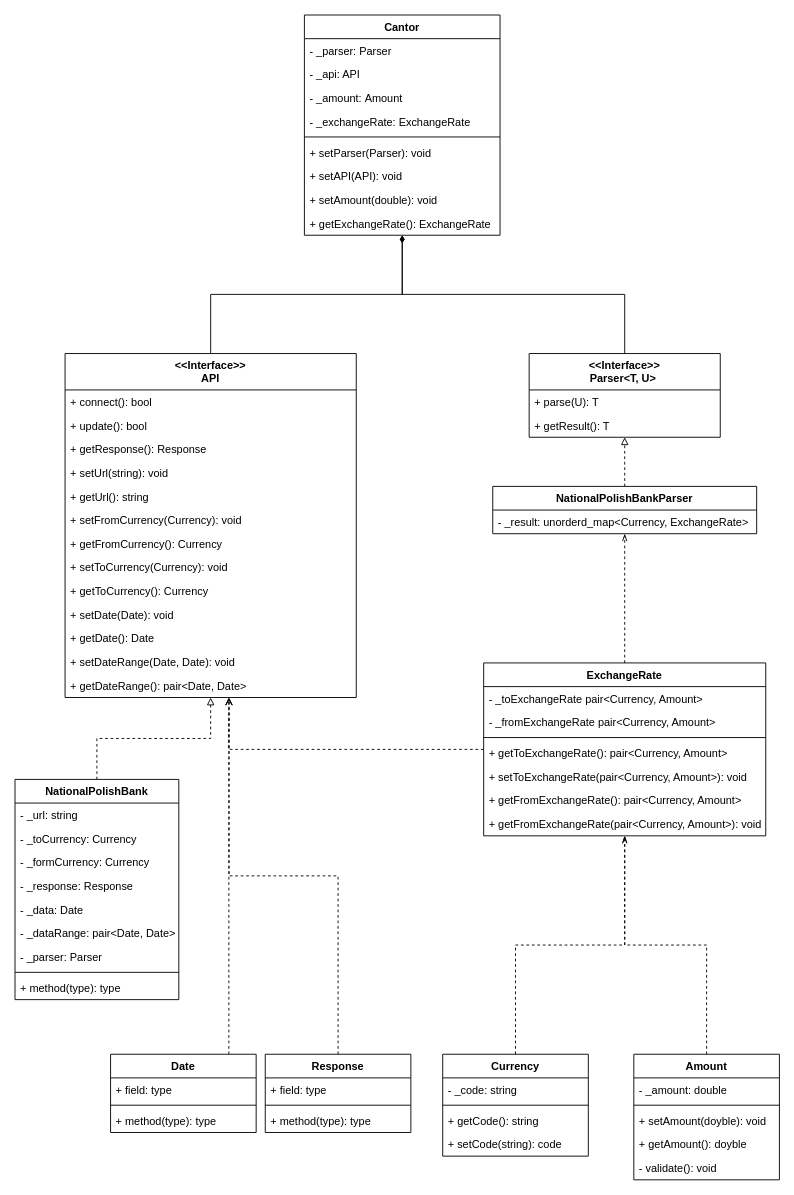
MateuszMiekicki/change_currencies keeps this draw.io diagram as UML_diagram.drawio. Above is the earlier version. Source tidied: cells renumbered, new cells numbered last; positions are measured from the earlier drawing's top-left corner, leaving out a move shared by most shapes. Both pictures are drawn from the tidied source at 91%, with x=0, y=0 at pixel (15, 15).
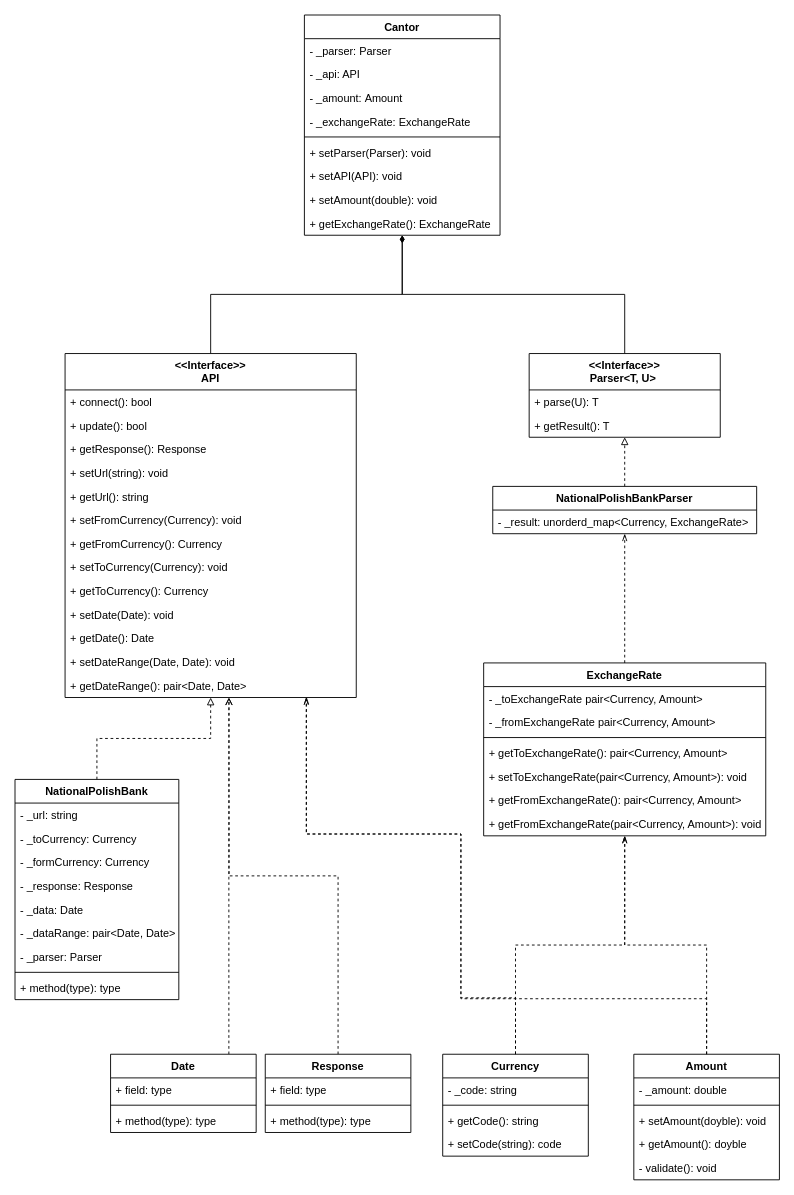
The same diagram, later.

The change refers to these unchanged cells:
```xml
<mxCell id="16" value="+ getDateRange(): pair&lt;Date, Date&gt;" style="text;strokeColor=none;fillColor=none;align=left;verticalAlign=top;spacingLeft=4;spacingRight=4;overflow=hidden;points=[[0,0.5],[1,0.5]];portConstraint=eastwest;" parent="3" vertex="1">
  <mxGeometry y="352" width="320" height="26" as="geometry" />
</mxCell>
<mxCell id="29" value="Currency" style="swimlane;fontStyle=1;align=center;verticalAlign=top;horizontal=1;startSize=26;" parent="1" vertex="1">
  <mxGeometry x="470" y="1142" width="160" height="112" as="geometry" />
</mxCell>
<mxCell id="53" value="ExchangeRate" style="swimlane;fontStyle=1;align=center;verticalAlign=top;horizontal=1;startSize=26;" parent="1" vertex="1">
  <mxGeometry x="515" y="712" width="310" height="190" as="geometry" />
</mxCell>
<mxCell id="62" value="Amount" style="swimlane;fontStyle=1;align=center;verticalAlign=top;horizontal=1;startSize=26;" parent="1" vertex="1">
  <mxGeometry x="680" y="1142" width="160" height="138" as="geometry" />
</mxCell>
```

What changed in the source:
```diff
@@
-    <mxCell id="52" style="edgeStyle=orthogonalEdgeStyle;rounded=0;jettySize=auto;html=1;endArrow=open;endFill=0;dashed=1;entryX=0.563;entryY=1.017;entryDx=0;entryDy=0;entryPerimeter=0;" parent="1" edge="1" source="53" target="16">
-      <mxGeometry relative="1" as="geometry">
-        <Array as="points">
-          <mxPoint x="235" y="807" />
-          <mxPoint x="235" y="790" />
-          <mxPoint x="235" y="790" />
-        </Array>
-      </mxGeometry>
-    </mxCell>
@@
+    <mxCell id="78" style="edgeStyle=orthogonalEdgeStyle;rounded=0;jettySize=auto;html=1;dashed=1;endArrow=openThin;endFill=0;exitX=0.5;exitY=0;exitDx=0;exitDy=0;entryX=0.829;entryY=0.973;entryDx=0;entryDy=0;entryPerimeter=0;" parent="1" edge="1" source="29" target="16">
+      <mxGeometry relative="1" as="geometry">
+        <Array as="points">
+          <mxPoint x="550" y="1080" />
+          <mxPoint x="490" y="1080" />
+          <mxPoint x="490" y="900" />
+          <mxPoint x="320" y="900" />
+        </Array>
+      </mxGeometry>
+    </mxCell>
+    <mxCell id="79" style="edgeStyle=orthogonalEdgeStyle;rounded=0;jettySize=auto;html=1;dashed=1;endArrow=openThin;endFill=0;exitX=0.5;exitY=0;exitDx=0;exitDy=0;" parent="1" edge="1" source="62" target="16">
+      <mxGeometry relative="1" as="geometry">
+        <Array as="points">
+          <mxPoint x="760" y="1081" />
+          <mxPoint x="490" y="1081" />
+          <mxPoint x="490" y="900" />
+          <mxPoint x="320" y="900" />
+        </Array>
+      </mxGeometry>
+    </mxCell>
```
